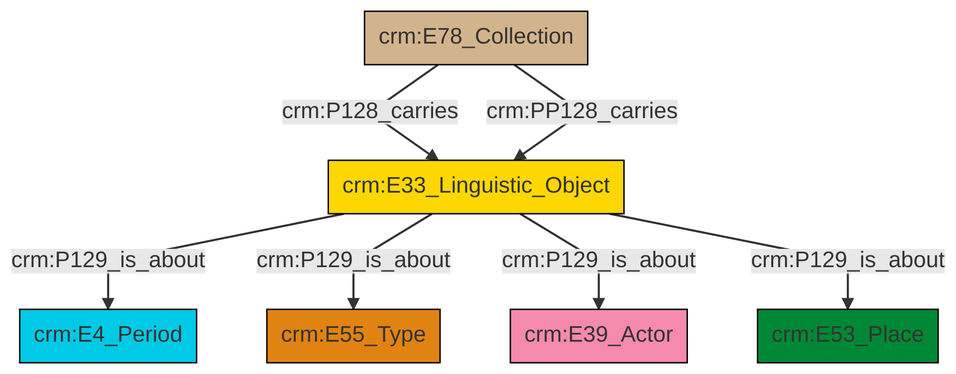
Before: et/archivalCSV/ttl/mmd/png/archival_aboutness.png, a diagram exported from Mermaid (swiss-art-research-net/docs.swissartresearch). Its source is kept beside it as et/archivalCSV/ttl/mmd/archival_aboutness.ttl.mmd.
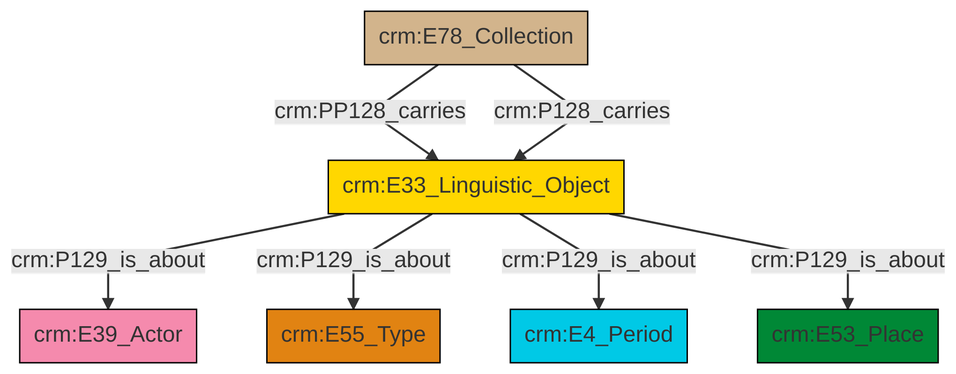
Above is the later version.

Change to the diagram source:
```diff
@@ -13,9 +13,9 @@
 classDef PC_Classes fill:#4ce600, stroke:#000000;
 classDef Multi fill:#cccccc,stroke:#000000;
 
-0["crm:E33_Linguistic_Object"]:::Conceptual_Object -->|crm:P129_is_about| 1["crm:E4_Period"]:::Temporal_Entity
-0["crm:E33_Linguistic_Object"]:::Conceptual_Object -->|crm:P129_is_about| 4["crm:E55_Type"]:::Type
-0["crm:E33_Linguistic_Object"]:::Conceptual_Object -->|crm:P129_is_about| 5["crm:E39_Actor"]:::Actor
-0["crm:E33_Linguistic_Object"]:::Conceptual_Object -->|crm:P129_is_about| 6["crm:E53_Place"]:::Place
-2["crm:E78_Collection"]:::Physical_Thing -->|crm:P128_carries| 0["crm:E33_Linguistic_Object"]:::Conceptual_Object
-2["crm:E78_Collection"]:::Physical_Thing -->|crm:PP128_carries| 0["crm:E33_Linguistic_Object"]:::Conceptual_Object
+4["crm:E78_Collection"]:::Physical_Thing -->|crm:PP128_carries| 5["crm:E33_Linguistic_Object"]:::Conceptual_Object
+5["crm:E33_Linguistic_Object"]:::Conceptual_Object -->|crm:P129_is_about| 6["crm:E39_Actor"]:::Actor
+5["crm:E33_Linguistic_Object"]:::Conceptual_Object -->|crm:P129_is_about| 7["crm:E55_Type"]:::Type
+4["crm:E78_Collection"]:::Physical_Thing -->|crm:P128_carries| 5["crm:E33_Linguistic_Object"]:::Conceptual_Object
+5["crm:E33_Linguistic_Object"]:::Conceptual_Object -->|crm:P129_is_about| 0["crm:E4_Period"]:::Temporal_Entity
+5["crm:E33_Linguistic_Object"]:::Conceptual_Object -->|crm:P129_is_about| 2["crm:E53_Place"]:::Place
```
